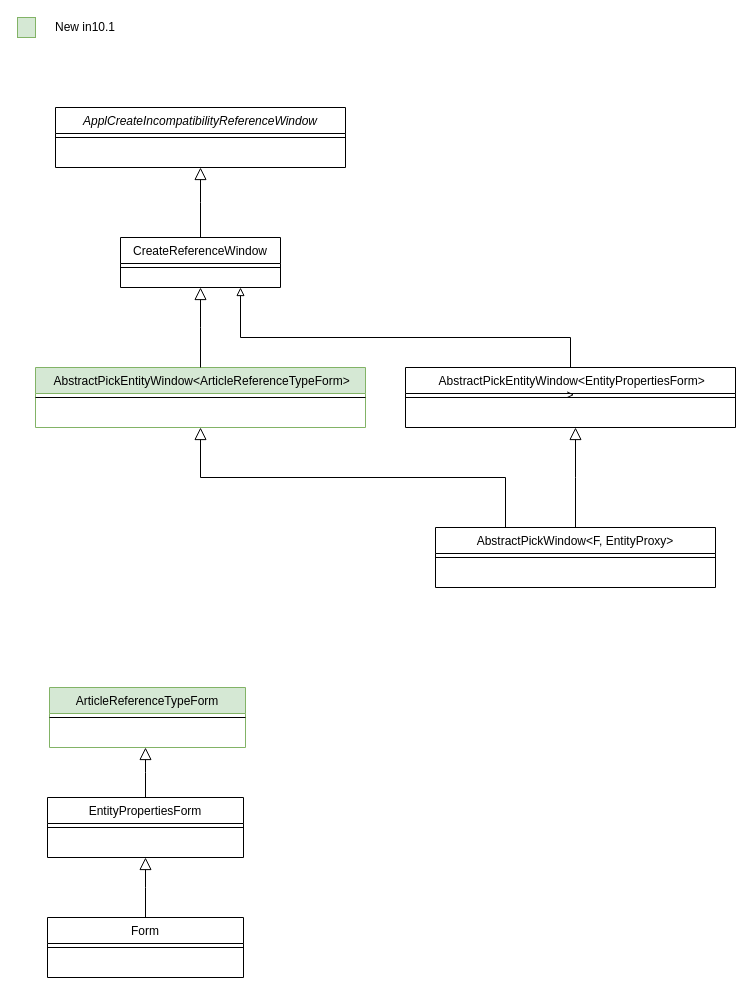
Earlier version of the draw.io diagram SDK-Changes-TME.drawio (biswarup81/drawings). Source tidied: cells renumbered, new cells numbered last; positions are measured from the earlier drawing's top-left corner, leaving out a move shared by most shapes. Both pictures are drawn from the tidied source at 100%, with x=0, y=0 at pixel (17, 17).
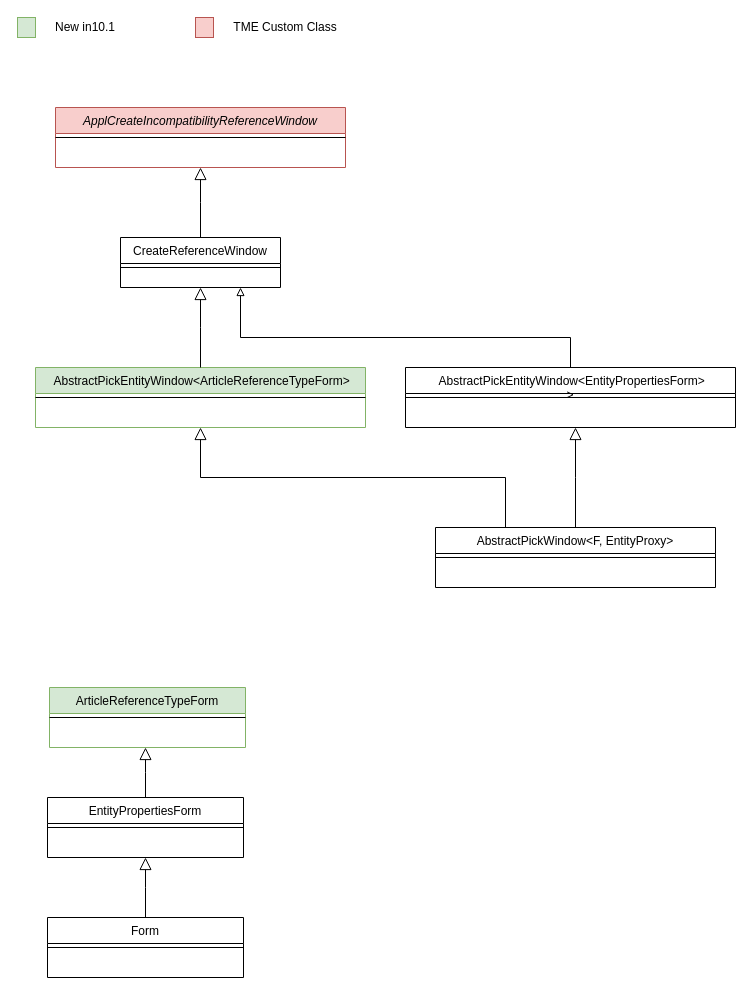
The same diagram, later.

Diff of the diagram source:
```diff
@@
-    <mxCell id="2" value="ApplCreateIncompatibilityReferenceWindow" style="swimlane;fontStyle=2;align=center;verticalAlign=top;horizontal=1;startSize=26;rounded=0;shadow=0;strokeWidth=1;" parent="1" vertex="1">
+    <mxCell id="2" value="ApplCreateIncompatibilityReferenceWindow" style="swimlane;fontStyle=2;align=center;verticalAlign=top;horizontal=1;startSize=26;rounded=0;shadow=0;strokeWidth=1;fillColor=#f8cecc;strokeColor=#b85450;" parent="1" vertex="1">
       <mxGeometry x="38" y="90" width="290" height="60" as="geometry" />
     </mxCell>
@@
+    <mxCell id="27" style="rounded=0;whiteSpace=wrap;html=1;fillColor=#f8cecc;strokeColor=#b85450;" parent="1" vertex="1">
+      <mxGeometry x="178" width="18" height="20" as="geometry" />
+    </mxCell>
+    <mxCell id="28" value="TME Custom Class" style="text;html=1;strokeColor=none;fillColor=none;align=center;verticalAlign=middle;whiteSpace=wrap;rounded=0;" parent="1" vertex="1">
+      <mxGeometry x="208" width="120" height="20" as="geometry" />
+    </mxCell>
```
